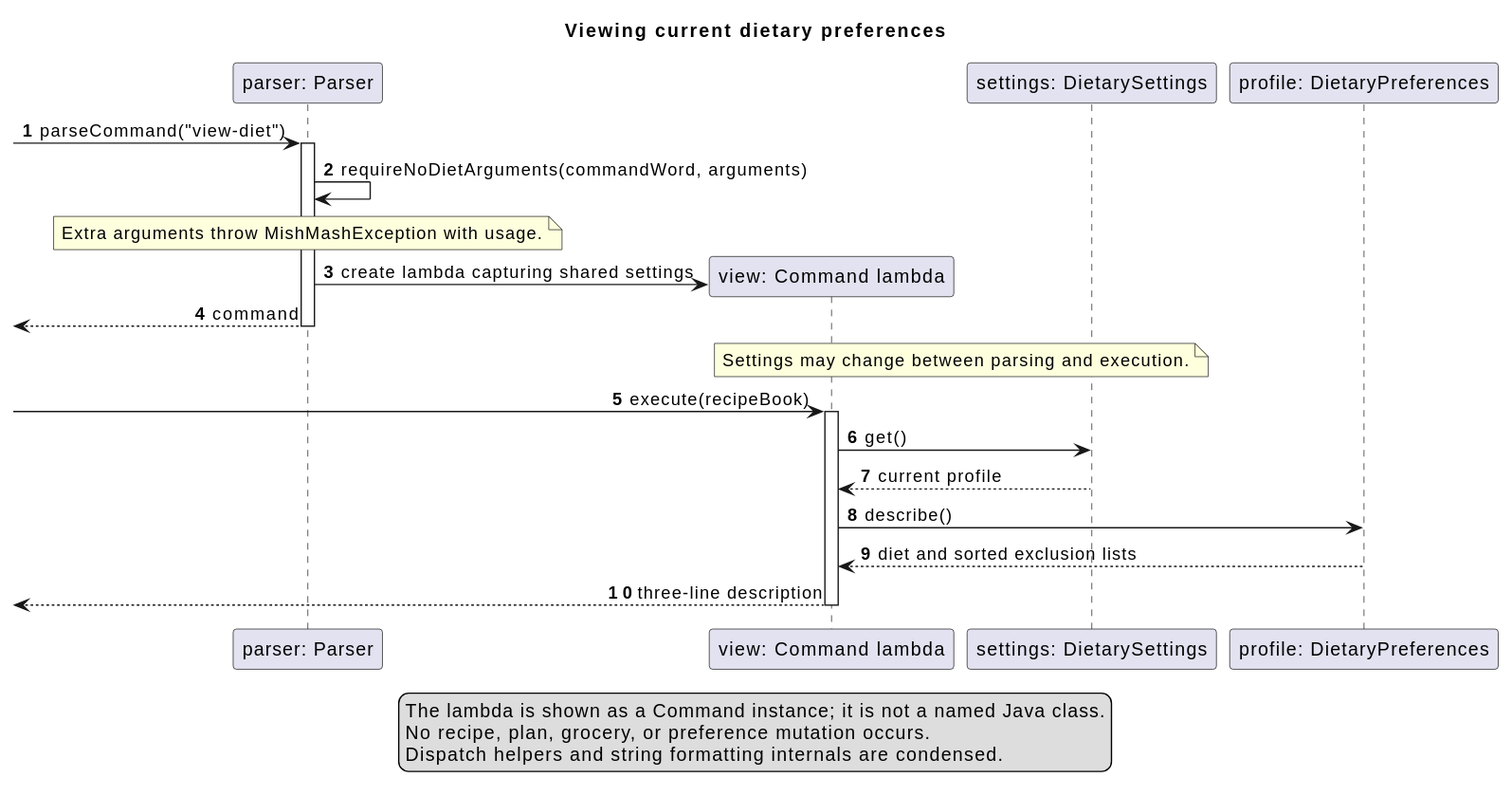
The PlantUML diagram docs/images/dietary/viewing.svg in AY2627S1-CS2113-W13-4/tp, before a commit. Its source is kept beside it as docs/diagrams/dietary/viewing.puml.
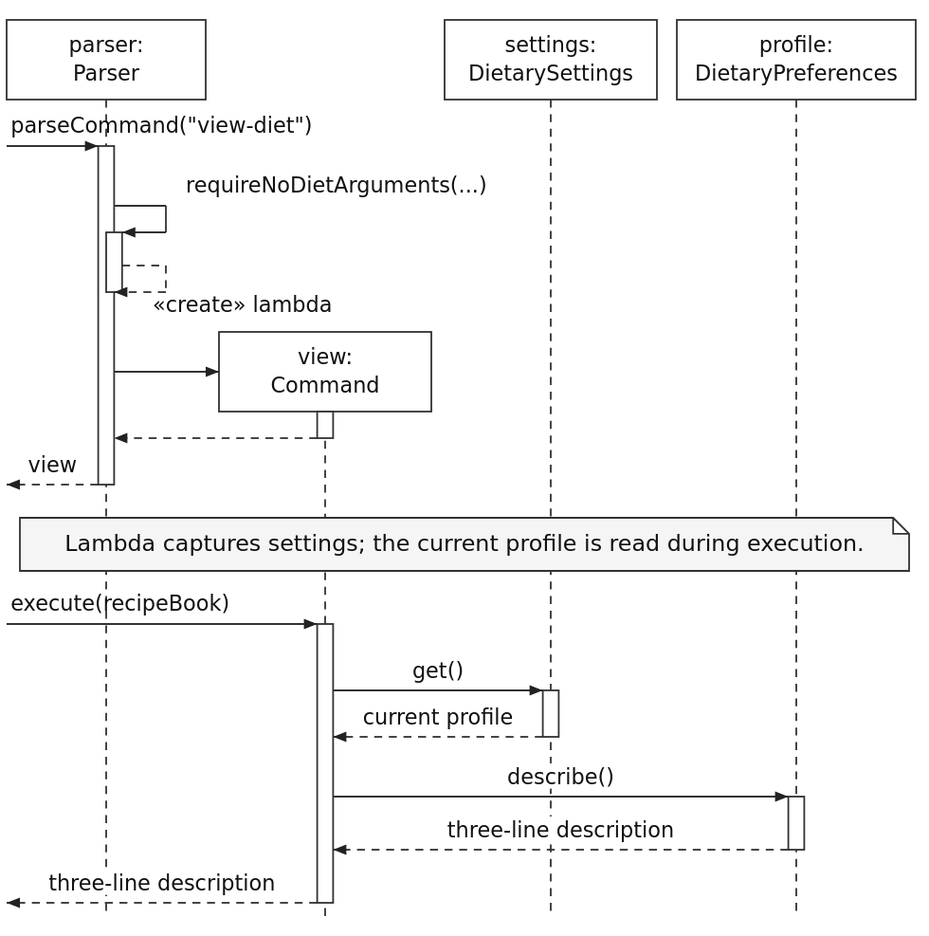
After the change.

Commit message:
docs: align dietary sequence diagrams with course UML conventions

Diff of the diagram source:
```diff
@@ -1,30 +1,40 @@
 @startuml
-title Viewing current dietary preferences
-autonumber
-participant "parser: Parser" as P
-participant "view: Command lambda" as C
-participant "settings: DietarySettings" as S
-participant "profile: DietaryPreferences" as D
+skinparam backgroundColor white
+skinparam defaultFontName SansSerif
+skinparam defaultFontSize 17
+skinparam shadowing false
+skinparam monochrome true
+hide footbox
+participant "parser:\nParser" as P
+participant "view:\nCommand" as C
+participant "settings:\nDietarySettings" as S
+participant "profile:\nDietaryPreferences" as D
 [-> P : parseCommand("view-diet")
 activate P
-P -> P : requireNoDietArguments(commandWord, arguments)
-note over P : Extra arguments throw MishMashException with usage.
+P -> P : requireNoDietArguments(...)
+activate P
+P --> P
+deactivate P
 create C
-P -> C : create lambda capturing shared settings
-P -->[ : command
+P -> C : <<create>> lambda
+activate C
+C --> P
+deactivate C
+P -->[ : view
 deactivate P
-note over C, S : Settings may change between parsing and execution.
+note over P, D
+  Lambda captures settings; the current profile is read during execution.
+end note
 [-> C : execute(recipeBook)
 activate C
 C -> S : get()
+activate S
 S --> C : current profile
+deactivate S
 C -> D : describe()
-D --> C : diet and sorted exclusion lists
+activate D
+D --> C : three-line description
+deactivate D
 C -->[ : three-line description
 deactivate C
-legend bottom
-  The lambda is shown as a Command instance; it is not a named Java class.
-  No recipe, plan, grocery, or preference mutation occurs.
-  Dispatch helpers and string formatting internals are condensed.
-endlegend
 @enduml
```
